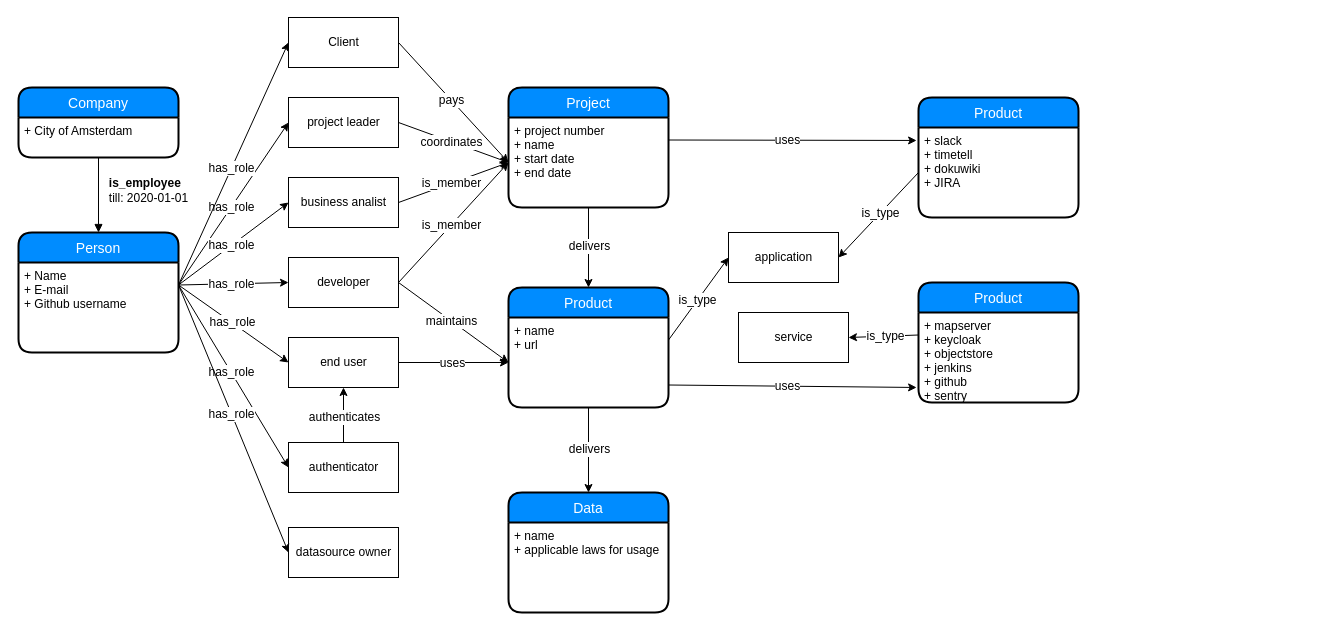
Above: Untitled Diagram.drawio in Lytrix/lytrix.github.io (draw.io), before the change. Source tidied: cells renumbered, new cells numbered last; positions are measured from the earlier drawing's top-left corner, leaving out a move shared by most shapes. Both pictures are drawn from the tidied source at 100%, with x=0, y=0 at pixel (18, 17).
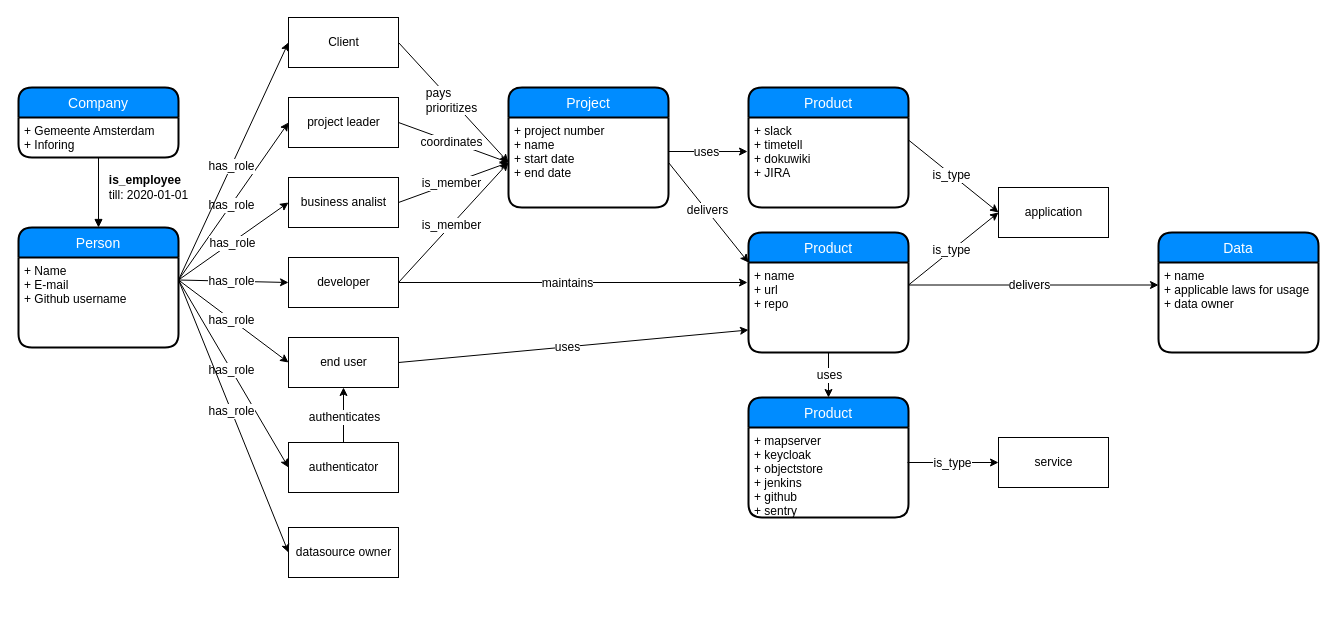
The same diagram, later.

Unchanged cells that the change refers to:
```xml
<mxCell id="4" value="Company" style="swimlane;horizontal=1;startSize=30;fillColor=#008cff;fontColor=#FFFFFF;rounded=1;fontSize=14;fontStyle=0;strokeWidth=2;shadow=0;dashed=0;align=center;" parent="1" vertex="1">
  <mxGeometry y="70" width="160" height="70" as="geometry" />
</mxCell>
<mxCell id="13" value="developer" style="html=1;fontSize=12;" parent="1" vertex="1">
  <mxGeometry x="270" y="240" width="110" height="50" as="geometry" />
</mxCell>
<mxCell id="17" value="+ project number&#10;+ name&#10;+ start date&#10;+ end date&#10;&#10;" style="align=left;strokeColor=none;fillColor=none;spacingLeft=4;fontSize=12;verticalAlign=top;" parent="16" vertex="1">
  <mxGeometry y="30" width="160" height="90" as="geometry" />
</mxCell>
<mxCell id="27" style="endArrow=classic;html=1;fontSize=12;entryX=0;entryY=0.5;entryDx=0;entryDy=0;exitX=1;exitY=0.5;exitDx=0;exitDy=0;" parent="1" edge="1" source="24" target="17">
  <mxGeometry relative="1" as="geometry" />
</mxCell>
<mxCell id="29" value="end user" style="html=1;fontSize=12;" parent="1" vertex="1">
  <mxGeometry x="270" y="320" width="110" height="50" as="geometry" />
</mxCell>
```

Diff of the diagram source:
```diff
@@
     <mxCell id="2" value="Person" style="swimlane;horizontal=1;startSize=30;fillColor=#008cff;fontColor=#FFFFFF;rounded=1;fontSize=14;fontStyle=0;strokeWidth=2;shadow=0;dashed=0;align=center;" parent="1" vertex="1">
-      <mxGeometry y="215" width="160" height="120" as="geometry" />
+      <mxGeometry y="210" width="160" height="120" as="geometry" />
     </mxCell>
@@
-    <mxCell id="5" value="+ City of Amsterdam&#10;" style="align=left;strokeColor=none;fillColor=none;spacingLeft=4;fontSize=12;verticalAlign=top;" parent="4" vertex="1">
+    <mxCell id="5" value="+ Gemeente Amsterdam&#10;+ Inforing" style="align=left;strokeColor=none;fillColor=none;spacingLeft=4;fontSize=12;verticalAlign=top;" parent="4" vertex="1">
       <mxGeometry y="30" width="160" height="40" as="geometry" />
     </mxCell>
@@
-    <mxCell id="28" value="pays" style="text;html=1;align=center;verticalAlign=middle;labelBackgroundColor=#ffffff;fontSize=12;" parent="27" vertex="1">
+    <mxCell id="28" value="&lt;div style=&quot;text-align: left&quot;&gt;pays&lt;/div&gt;&lt;div style=&quot;text-align: left&quot;&gt;prioritizes&lt;/div&gt;" style="text;html=1;align=center;verticalAlign=middle;labelBackgroundColor=#ffffff;fontSize=12;" parent="27" vertex="1">
       <mxGeometry x="-0.04" relative="1" as="geometry" />
     </mxCell>
@@
-    <mxCell id="32" style="endArrow=classic;html=1;fontSize=12;exitX=1;exitY=0.5;exitDx=0;exitDy=0;entryX=0;entryY=0.5;entryDx=0;entryDy=0;" parent="1" edge="1" source="13" target="41">
-      <mxGeometry relative="1" as="geometry" />
+    <mxCell id="32" style="endArrow=classic;html=1;fontSize=12;exitX=1;exitY=0.5;exitDx=0;exitDy=0;" parent="1" edge="1" source="13">
+      <mxGeometry relative="1" as="geometry">
+        <mxPoint x="729" y="265" as="targetPoint" />
+      </mxGeometry>
     </mxCell>
@@
-    <mxCell id="40" value="Product" style="swimlane;horizontal=1;startSize=30;fillColor=#008cff;fontColor=#FFFFFF;rounded=1;fontSize=14;fontStyle=0;strokeWidth=2;shadow=0;dashed=0;align=center;" parent="1" vertex="1">
-      <mxGeometry x="490" y="270" width="160" height="120" as="geometry" />
-    </mxCell>
-    <mxCell id="41" value="+ name&#10;+ url&#10;" style="align=left;strokeColor=none;fillColor=none;spacingLeft=4;fontSize=12;verticalAlign=top;" parent="40" vertex="1">
-      <mxGeometry y="30" width="160" height="90" as="geometry" />
-    </mxCell>
     <mxCell id="42" value="application" style="html=1;fontSize=12;" parent="1" vertex="1">
-      <mxGeometry x="710" y="215" width="110" height="50" as="geometry" />
+      <mxGeometry x="980" y="170" width="110" height="50" as="geometry" />
     </mxCell>
@@
-    <mxCell id="45" style="endArrow=classic;html=1;fontSize=12;exitX=1;exitY=0.5;exitDx=0;exitDy=0;entryX=0;entryY=0.5;entryDx=0;entryDy=0;" parent="1" edge="1" source="29" target="41">
+    <mxCell id="45" style="endArrow=classic;html=1;fontSize=12;exitX=1;exitY=0.5;exitDx=0;exitDy=0;entryX=0;entryY=0.75;entryDx=0;entryDy=0;" parent="1" edge="1" source="29" target="41">
       <mxGeometry relative="1" as="geometry" />
     </mxCell>
@@
-    <mxCell id="49" value="Product" style="swimlane;horizontal=1;startSize=30;fillColor=#008cff;fontColor=#FFFFFF;rounded=1;fontSize=14;fontStyle=0;strokeWidth=2;shadow=0;dashed=0;align=center;" parent="1" vertex="1">
-      <mxGeometry x="900" y="265" width="160" height="120" as="geometry" />
-    </mxCell>
-    <mxCell id="50" value="+ mapserver&#10;+ keycloak &#10;+ objectstore&#10;+ jenkins&#10;+ github&#10;+ sentry&#10;" style="align=left;strokeColor=none;fillColor=none;spacingLeft=4;fontSize=12;verticalAlign=top;" parent="49" vertex="1">
-      <mxGeometry y="30" width="160" height="90" as="geometry" />
-    </mxCell>
-    <mxCell id="51" style="endArrow=classic;html=1;fontSize=12;entryX=-0.012;entryY=0.833;entryDx=0;entryDy=0;exitX=1;exitY=0.75;exitDx=0;exitDy=0;entryPerimeter=0;" parent="1" edge="1" source="41" target="50">
+    <mxCell id="51" style="endArrow=classic;html=1;fontSize=12;entryX=0.5;entryY=0;entryDx=0;entryDy=0;exitX=0.5;exitY=1;exitDx=0;exitDy=0;" parent="1" edge="1" source="41" target="49">
       <mxGeometry relative="1" as="geometry" />
     </mxCell>
@@
     <mxCell id="53" value="service" style="html=1;fontSize=12;" parent="1" vertex="1">
-      <mxGeometry x="720" y="295" width="110" height="50" as="geometry" />
+      <mxGeometry x="980" y="420" width="110" height="50" as="geometry" />
     </mxCell>
-    <mxCell id="54" style="endArrow=classic;html=1;fontSize=12;entryX=1;entryY=0.5;entryDx=0;entryDy=0;exitX=0;exitY=0.25;exitDx=0;exitDy=0;" parent="1" edge="1" source="50" target="53">
+    <mxCell id="54" style="endArrow=classic;html=1;fontSize=12;entryX=0;entryY=0.5;entryDx=0;entryDy=0;exitX=0.994;exitY=0.389;exitDx=0;exitDy=0;exitPerimeter=0;" parent="1" edge="1" source="50" target="53">
       <mxGeometry relative="1" as="geometry" />
     </mxCell>
@@
-    <mxCell id="56" style="endArrow=classic;html=1;fontSize=12;exitX=0.5;exitY=1;exitDx=0;exitDy=0;" parent="1" edge="1" source="17">
-      <mxGeometry relative="1" as="geometry">
-        <mxPoint x="570" y="270" as="targetPoint" />
-      </mxGeometry>
+    <mxCell id="56" style="endArrow=classic;html=1;fontSize=12;exitX=1;exitY=0.5;exitDx=0;exitDy=0;entryX=0;entryY=0.25;entryDx=0;entryDy=0;" parent="1" edge="1" source="17" target="40">
+      <mxGeometry relative="1" as="geometry" />
     </mxCell>
@@
     <mxCell id="58" value="Data" style="swimlane;horizontal=1;startSize=30;fillColor=#008cff;fontColor=#FFFFFF;rounded=1;fontSize=14;fontStyle=0;strokeWidth=2;shadow=0;dashed=0;align=center;" parent="1" vertex="1">
-      <mxGeometry x="490" y="475" width="160" height="120" as="geometry" />
+      <mxGeometry x="1140" y="215" width="160" height="120" as="geometry" />
     </mxCell>
-    <mxCell id="59" value="+ name&#10;+ applicable laws for usage&#10;" style="align=left;strokeColor=none;fillColor=none;spacingLeft=4;fontSize=12;verticalAlign=top;" parent="58" vertex="1">
+    <mxCell id="59" value="+ name&#10;+ applicable laws for usage&#10;+ data owner&#10;" style="align=left;strokeColor=none;fillColor=none;spacingLeft=4;fontSize=12;verticalAlign=top;" parent="58" vertex="1">
       <mxGeometry y="30" width="160" height="90" as="geometry" />
     </mxCell>
-    <mxCell id="60" style="endArrow=classic;html=1;fontSize=12;entryX=0.5;entryY=0;entryDx=0;entryDy=0;exitX=0.5;exitY=1;exitDx=0;exitDy=0;" parent="1" edge="1" source="41" target="58">
+    <mxCell id="60" style="endArrow=classic;html=1;fontSize=12;exitX=1;exitY=0.25;exitDx=0;exitDy=0;entryX=0;entryY=0.25;entryDx=0;entryDy=0;" parent="1" edge="1" source="41" target="59">
       <mxGeometry relative="1" as="geometry" />
     </mxCell>
@@
-    <mxCell id="62" value="Product" style="swimlane;horizontal=1;startSize=30;fillColor=#008cff;fontColor=#FFFFFF;rounded=1;fontSize=14;fontStyle=0;strokeWidth=2;shadow=0;dashed=0;align=center;" parent="1" vertex="1">
-      <mxGeometry x="900" y="80" width="160" height="120" as="geometry" />
-    </mxCell>
-    <mxCell id="63" value="+ slack&#10;+ timetell&#10;+ dokuwiki&#10;+ JIRA&#10;" style="align=left;strokeColor=none;fillColor=none;spacingLeft=4;fontSize=12;verticalAlign=top;" parent="62" vertex="1">
-      <mxGeometry y="30" width="160" height="90" as="geometry" />
-    </mxCell>
-    <mxCell id="64" style="endArrow=classic;html=1;fontSize=12;entryX=-0.012;entryY=0.144;entryDx=0;entryDy=0;exitX=1;exitY=0.25;exitDx=0;exitDy=0;entryPerimeter=0;" parent="1" edge="1" source="17" target="63">
-      <mxGeometry relative="1" as="geometry" />
+    <mxCell id="64" style="endArrow=classic;html=1;fontSize=12;entryX=-0.006;entryY=0.378;entryDx=0;entryDy=0;entryPerimeter=0;" parent="1" edge="1" target="63">
+      <mxGeometry relative="1" as="geometry">
+        <mxPoint x="650" y="134" as="sourcePoint" />
+      </mxGeometry>
     </mxCell>
@@
-    <mxCell id="66" style="endArrow=classic;html=1;fontSize=12;entryX=1;entryY=0.5;entryDx=0;entryDy=0;exitX=0;exitY=0.5;exitDx=0;exitDy=0;" parent="1" edge="1" source="63" target="42">
+    <mxCell id="66" style="endArrow=classic;html=1;fontSize=12;entryX=0;entryY=0.5;entryDx=0;entryDy=0;exitX=1;exitY=0.25;exitDx=0;exitDy=0;" parent="1" edge="1" source="63" target="42">
       <mxGeometry relative="1" as="geometry" />
     </mxCell>
@@
+    <mxCell id="62" value="Product" style="swimlane;horizontal=1;startSize=30;fillColor=#008cff;fontColor=#FFFFFF;rounded=1;fontSize=14;fontStyle=0;strokeWidth=2;shadow=0;dashed=0;align=center;" parent="1" vertex="1">
+      <mxGeometry x="730" y="70" width="160" height="120" as="geometry" />
+    </mxCell>
+    <mxCell id="63" value="+ slack&#10;+ timetell&#10;+ dokuwiki&#10;+ JIRA&#10;" style="align=left;strokeColor=none;fillColor=none;spacingLeft=4;fontSize=12;verticalAlign=top;" parent="62" vertex="1">
+      <mxGeometry y="30" width="160" height="90" as="geometry" />
+    </mxCell>
+    <mxCell id="40" value="Product" style="swimlane;horizontal=1;startSize=30;fillColor=#008cff;fontColor=#FFFFFF;rounded=1;fontSize=14;fontStyle=0;strokeWidth=2;shadow=0;dashed=0;align=center;" parent="1" vertex="1">
+      <mxGeometry x="730" y="215" width="160" height="120" as="geometry" />
+    </mxCell>
+    <mxCell id="41" value="+ name&#10;+ url&#10;+ repo&#10;" style="align=left;strokeColor=none;fillColor=none;spacingLeft=4;fontSize=12;verticalAlign=top;" parent="40" vertex="1">
+      <mxGeometry y="30" width="160" height="90" as="geometry" />
+    </mxCell>
+    <mxCell id="49" value="Product" style="swimlane;horizontal=1;startSize=30;fillColor=#008cff;fontColor=#FFFFFF;rounded=1;fontSize=14;fontStyle=0;strokeWidth=2;shadow=0;dashed=0;align=center;" parent="1" vertex="1">
+      <mxGeometry x="730" y="380" width="160" height="120" as="geometry" />
+    </mxCell>
+    <mxCell id="50" value="+ mapserver&#10;+ keycloak &#10;+ objectstore&#10;+ jenkins&#10;+ github&#10;+ sentry&#10;" style="align=left;strokeColor=none;fillColor=none;spacingLeft=4;fontSize=12;verticalAlign=top;" parent="49" vertex="1">
+      <mxGeometry y="30" width="160" height="90" as="geometry" />
+    </mxCell>
```
